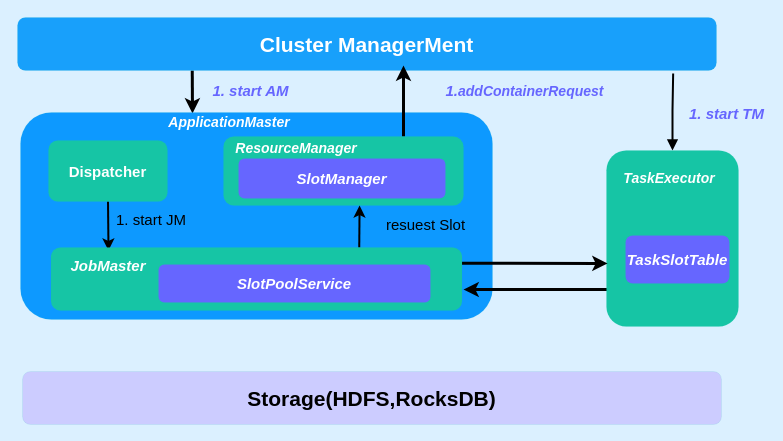
2pc/mydrawio keeps this draw.io diagram as flink/slot.drawio. Above is the earlier version. Source tidied: cells renumbered, new cells numbered last; positions are measured from the earlier drawing's top-left corner, leaving out a move shared by most shapes. Both pictures are drawn from the tidied source at 100%, with x=0, y=0 at pixel (17, 17).
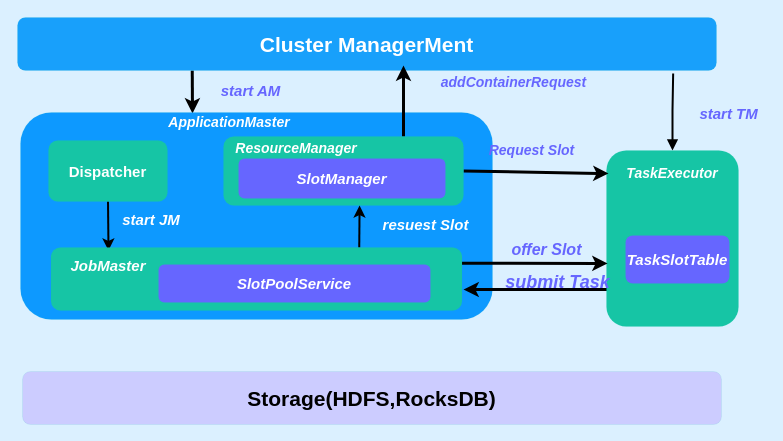
After the change.

The change refers to these unchanged cells:
```xml
<mxCell id="8" style="rounded=1;whiteSpace=wrap;html=1;fontSize=21;fontColor=#FFFFFF;strokeColor=#16C5A5;strokeWidth=0;fillColor=#16C5A5;" parent="1" vertex="1">
  <mxGeometry x="589" y="133" width="132" height="176" as="geometry" />
</mxCell>
<mxCell id="12" style="rounded=1;whiteSpace=wrap;html=1;fontSize=14;fontColor=#FFFFFF;strokeColor=#16C5A5;strokeWidth=0;fillColor=#16C5A5;" parent="1" vertex="1">
  <mxGeometry x="206" y="119" width="240" height="69" as="geometry" />
</mxCell>
```

What changed in the source:
```diff
@@
+    <mxCell id="28" style="edgeStyle=none;rounded=0;jettySize=auto;html=1;exitX=1;exitY=0.5;exitDx=0;exitDy=0;entryX=0.015;entryY=0.131;entryDx=0;entryDy=0;entryPerimeter=0;strokeWidth=3;" parent="1" edge="1" source="12" target="8">
+      <mxGeometry relative="1" as="geometry" />
+    </mxCell>
@@
-    <mxCell id="18" value="&lt;font color=&quot;#6666ff&quot;&gt;&lt;i&gt;&lt;b&gt;1. start AM&lt;/b&gt;&lt;/i&gt;&lt;/font&gt;" style="text;html=1;strokeColor=none;fillColor=none;align=center;verticalAlign=middle;whiteSpace=wrap;rounded=0;fontSize=15;fontColor=#FFFFFF;" parent="1" vertex="1">
+    <mxCell id="18" value="&lt;font color=&quot;#6666ff&quot;&gt;&lt;i&gt;&lt;b&gt;start AM&lt;/b&gt;&lt;/i&gt;&lt;/font&gt;" style="text;html=1;strokeColor=none;fillColor=none;align=center;verticalAlign=middle;whiteSpace=wrap;rounded=0;fontSize=15;fontColor=#FFFFFF;" parent="1" vertex="1">
       <mxGeometry x="182" y="59" width="103" height="28" as="geometry" />
     </mxCell>
@@
-    <mxCell id="23" value="&lt;font color=&quot;#000000&quot;&gt;1. start JM&lt;/font&gt;" style="text;html=1;strokeColor=none;fillColor=none;align=center;verticalAlign=middle;whiteSpace=wrap;rounded=0;fontSize=15;fontColor=#FFFFFF;" parent="1" vertex="1">
+    <mxCell id="23" value="&lt;b&gt;&lt;i&gt;start JM&lt;/i&gt;&lt;/b&gt;" style="text;html=1;strokeColor=none;fillColor=none;align=center;verticalAlign=middle;whiteSpace=wrap;rounded=0;fontSize=15;fontColor=#FFFFFF;" parent="1" vertex="1">
       <mxGeometry x="96" y="192" width="76" height="20" as="geometry" />
     </mxCell>
     <mxCell id="24" value="&lt;font style=&quot;font-size: 14px;&quot;&gt;&lt;b&gt;&lt;i&gt;TaskExecutor&lt;/i&gt;&lt;/b&gt;&lt;/font&gt;" style="text;html=1;strokeColor=none;fillColor=none;align=center;verticalAlign=middle;whiteSpace=wrap;rounded=0;fontSize=21;fontColor=#FFFFFF;" parent="1" vertex="1">
-      <mxGeometry x="564" y="143" width="176" height="30" as="geometry" />
+      <mxGeometry x="603" y="143" width="104" height="19" as="geometry" />
     </mxCell>
-    <mxCell id="25" value="&lt;font color=&quot;#6666ff&quot;&gt;&lt;b&gt;&lt;i&gt;1. start TM&lt;/i&gt;&lt;/b&gt;&lt;/font&gt;" style="text;html=1;strokeColor=none;fillColor=none;align=center;verticalAlign=middle;whiteSpace=wrap;rounded=0;fontSize=15;fontColor=#FFFFFF;" parent="1" vertex="1">
+    <mxCell id="25" value="&lt;font color=&quot;#6666ff&quot;&gt;&lt;b&gt;&lt;i&gt;&amp;nbsp;start TM&lt;/i&gt;&lt;/b&gt;&lt;/font&gt;" style="text;html=1;strokeColor=none;fillColor=none;align=center;verticalAlign=middle;whiteSpace=wrap;rounded=0;fontSize=15;fontColor=#FFFFFF;" parent="1" vertex="1">
       <mxGeometry x="670" y="85" width="79" height="21" as="geometry" />
     </mxCell>
-    <mxCell id="26" value="&lt;b&gt;&lt;i&gt;&lt;font color=&quot;#6666ff&quot;&gt;1.&lt;/font&gt;&lt;span style=&quot;font-size: 14px; text-align: left;&quot;&gt;&lt;font color=&quot;#6666ff&quot;&gt;addContainerRequest&lt;/font&gt;&lt;/span&gt;&lt;font color=&quot;#6666ff&quot;&gt;&lt;br&gt;&amp;nbsp;&lt;/font&gt;&lt;/i&gt;&lt;/b&gt;" style="text;html=1;strokeColor=none;fillColor=none;align=center;verticalAlign=middle;whiteSpace=wrap;rounded=0;fontSize=15;fontColor=#FFFFFF;" parent="1" vertex="1">
-      <mxGeometry x="412" y="68" width="191" height="28" as="geometry" />
+    <mxCell id="26" value="&lt;b&gt;&lt;i&gt;&lt;span style=&quot;font-size: 14px; text-align: left;&quot;&gt;&lt;font color=&quot;#6666ff&quot;&gt;addContainerRequest&lt;/font&gt;&lt;/span&gt;&lt;font color=&quot;#6666ff&quot;&gt;&lt;br&gt;&amp;nbsp;&lt;/font&gt;&lt;/i&gt;&lt;/b&gt;" style="text;html=1;strokeColor=none;fillColor=none;align=center;verticalAlign=middle;whiteSpace=wrap;rounded=0;fontSize=15;fontColor=#FFFFFF;" parent="1" vertex="1">
+      <mxGeometry x="401" y="59" width="191" height="28" as="geometry" />
     </mxCell>
-    <mxCell id="27" value="&lt;font color=&quot;#000000&quot;&gt;resuest Slot&lt;/font&gt;" style="text;html=1;strokeColor=none;fillColor=none;align=center;verticalAlign=middle;whiteSpace=wrap;rounded=0;fontSize=15;fontColor=#FFFFFF;" parent="1" vertex="1">
+    <mxCell id="27" value="&lt;b&gt;&lt;i&gt;resuest Slot&lt;/i&gt;&lt;/b&gt;" style="text;html=1;strokeColor=none;fillColor=none;align=center;verticalAlign=middle;whiteSpace=wrap;rounded=0;fontSize=15;fontColor=#FFFFFF;" parent="1" vertex="1">
       <mxGeometry x="362" y="200" width="93" height="14" as="geometry" />
     </mxCell>
+    <mxCell id="29" value="&lt;font size=&quot;1&quot; color=&quot;#6666ff&quot;&gt;&lt;i&gt;&lt;b style=&quot;font-size: 14px;&quot;&gt;Request Slot&lt;/b&gt;&lt;/i&gt;&lt;/font&gt;" style="text;html=1;align=center;verticalAlign=middle;strokeColor=none;fillColor=none;" parent="1" vertex="1">
+      <mxGeometry x="462" y="118.5" width="104" height="29" as="geometry" />
+    </mxCell>
+    <mxCell id="30" value="&lt;font size=&quot;1&quot; color=&quot;#6666ff&quot;&gt;&lt;b&gt;&lt;i style=&quot;font-size: 16px;&quot;&gt;offer Slot&lt;/i&gt;&lt;/b&gt;&lt;/font&gt;" style="text;html=1;align=center;verticalAlign=middle;strokeColor=none;fillColor=none;" parent="1" vertex="1">
+      <mxGeometry x="485" y="216.5" width="88" height="31" as="geometry" />
+    </mxCell>
+    <mxCell id="31" value="&lt;b&gt;&lt;i&gt;&lt;font style=&quot;font-size: 18px;&quot; color=&quot;#6666ff&quot;&gt;submit Task&lt;/font&gt;&lt;/i&gt;&lt;/b&gt;" style="text;html=1;align=center;verticalAlign=middle;strokeColor=none;fillColor=none;" parent="1" vertex="1">
+      <mxGeometry x="479" y="247.5" width="122" height="34" as="geometry" />
+    </mxCell>
```
